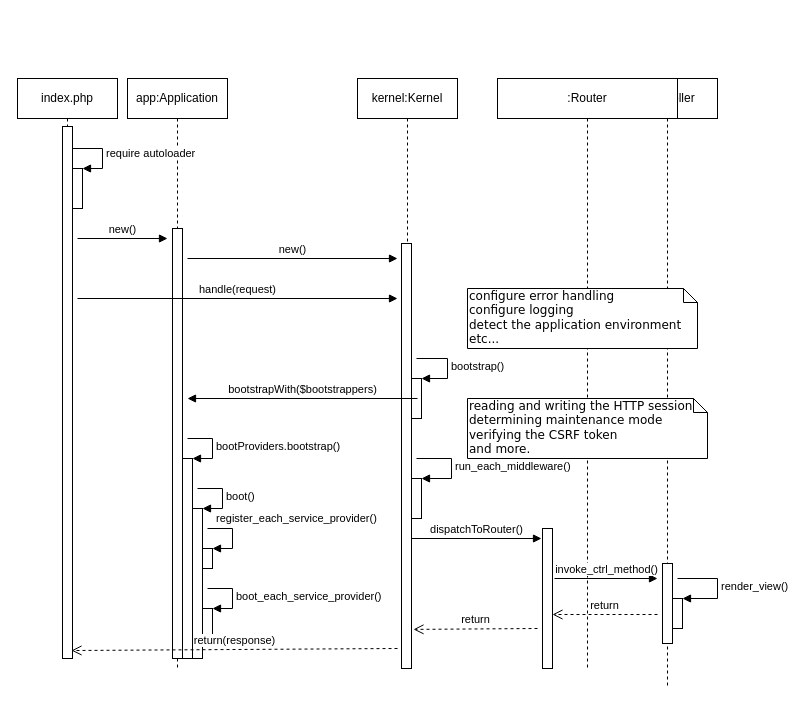
The draw.io diagram page "Page-2" (2 of 2) of ppt/Untitled Diagram.drawio in onlytiancai/codesnip, before the edit. Source tidied: cells renumbered, new cells numbered last; positions are measured from the earlier drawing's top-left corner, leaving out a move shared by most shapes. Both pictures are drawn from the tidied source at 100%, with x=0, y=0 at pixel (17, 78).
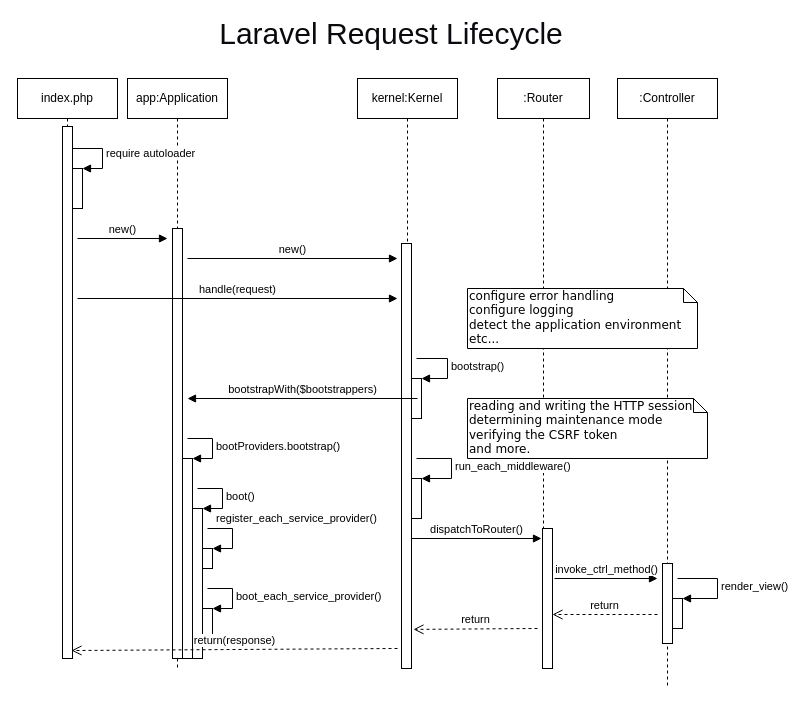
The same diagram, later.

What changed in the source:
```diff
@@
     <mxCell id="17" value=":Router" style="shape=umlLifeline;perimeter=lifelinePerimeter;whiteSpace=wrap;html=1;" parent="1" vertex="1">
-      <mxGeometry x="480" width="180" height="590" as="geometry" />
+      <mxGeometry x="480" width="92" height="590" as="geometry" />
     </mxCell>
@@
+    <mxCell id="39" value="&lt;h1 style=&quot;box-sizing: border-box ; border: 0px solid rgb(231 , 232 , 242) ; margin: 0px 0px 0.65em ; font-size: 2.5em ; font-weight: 500 ; line-height: 1.125em ; color: rgb(9 , 9 , 16) ; font-family: , , , , &amp;#34;blinkmacsystemfont&amp;#34; , &amp;#34;segoe ui&amp;#34; , &amp;#34;roboto&amp;#34; , &amp;#34;helvetica neue&amp;#34; , &amp;#34;arial&amp;#34; , &amp;#34;noto sans&amp;#34; , sans-serif , &amp;#34;apple color emoji&amp;#34; , &amp;#34;segoe ui emoji&amp;#34; , &amp;#34;segoe ui symbol&amp;#34; , &amp;#34;noto color emoji&amp;#34;&quot;&gt;Laravel Request Lifecycle&lt;/h1&gt;" style="text;html=1;strokeColor=none;fillColor=none;align=center;verticalAlign=middle;whiteSpace=wrap;rounded=0;" parent="1" vertex="1">
+      <mxGeometry x="166" y="-45" width="416" height="20" as="geometry" />
+    </mxCell>
```
